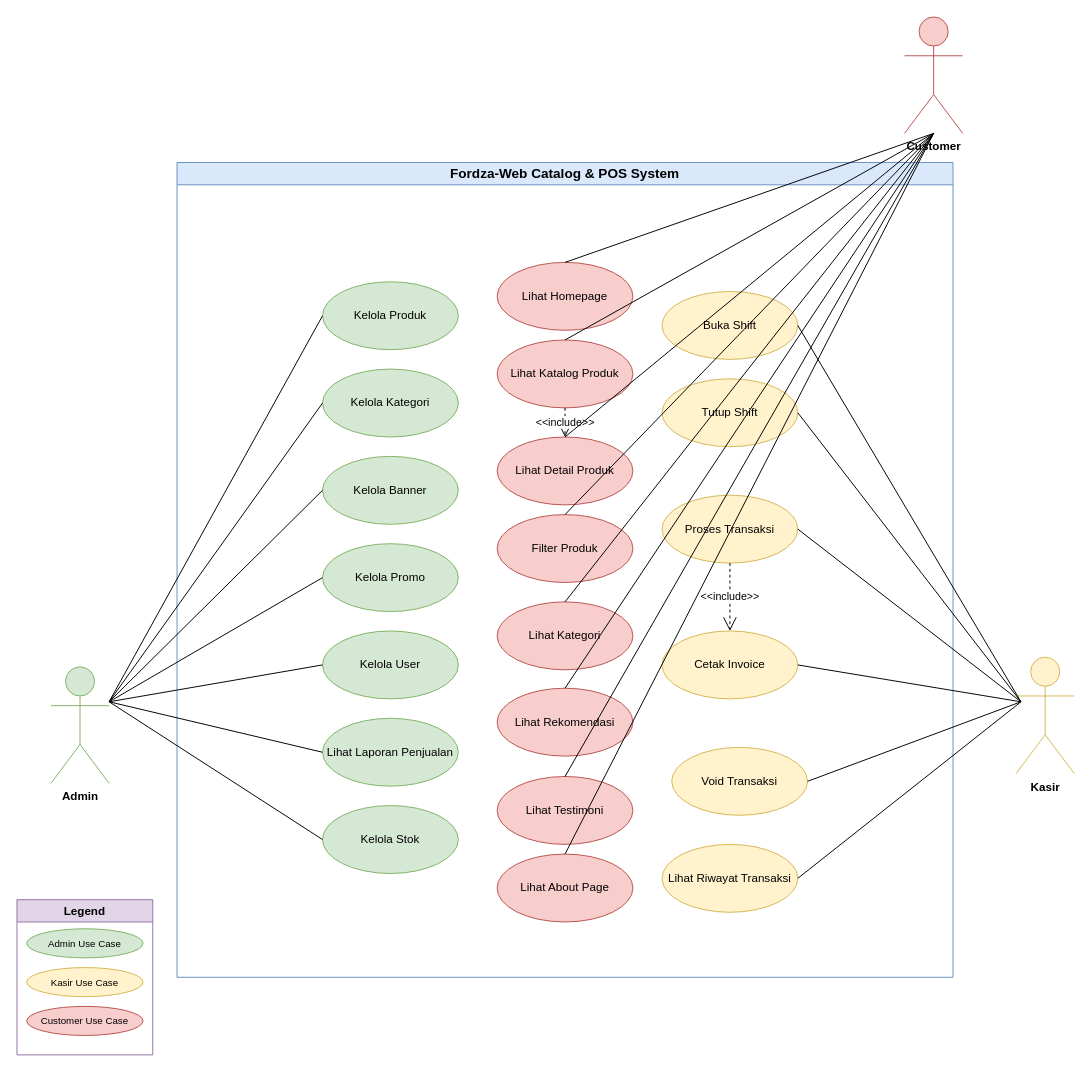
This is fordza-docs/diagrams/usecase-diagram.drawio from Aryo1235/fordza-web, a draw.io file, before an edit. Source tidied: cells renumbered, new cells numbered last; positions are measured from the earlier drawing's top-left corner, leaving out a move shared by most shapes. Both pictures are drawn from the tidied source at 97%, with x=0, y=0 at pixel (16, 16).
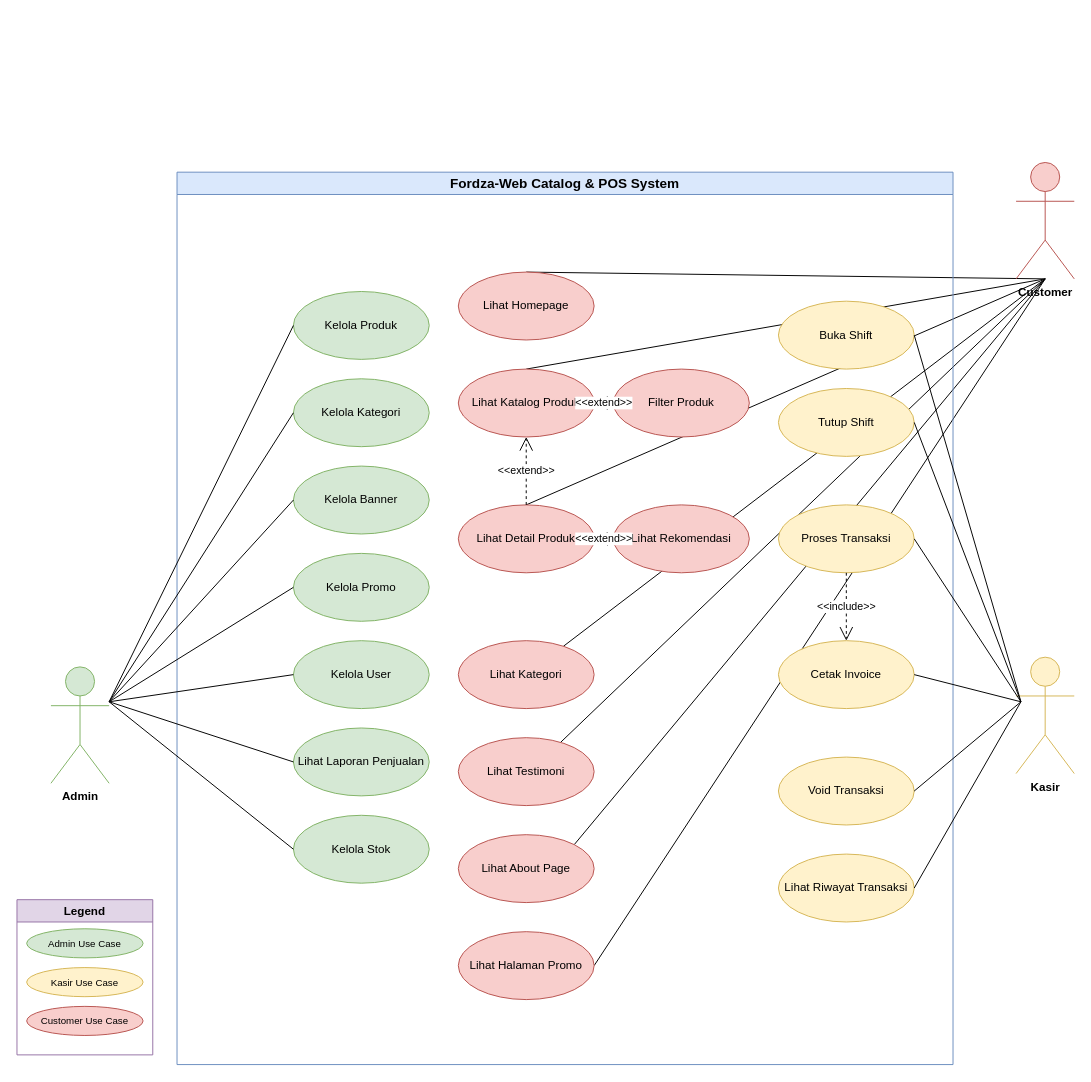
After the change.

Change to the diagram source:
```diff
@@
+    <mxCell id="54" style="endArrow=none;html=1;exitX=0.5;exitY=1;exitDx=0;exitDy=0;exitPerimeter=0;entryX=1;entryY=0.5;entryDx=0;entryDy=0;" parent="1" edge="1" source="28" target="55">
+      <mxGeometry relative="1" as="geometry" />
+    </mxCell>
+    <mxCell id="49" style="endArrow=none;html=1;exitX=0.5;exitY=1;exitDx=0;exitDy=0;exitPerimeter=0;entryX=1;entryY=0;entryDx=0;entryDy=0;" parent="1" edge="1" source="28" target="23">
+      <mxGeometry relative="1" as="geometry" />
+    </mxCell>
+    <mxCell id="48" style="endArrow=none;html=1;exitX=0.5;exitY=1;exitDx=0;exitDy=0;exitPerimeter=0;entryX=0.752;entryY=0.071;entryDx=0;entryDy=0;entryPerimeter=0;" parent="1" edge="1" source="28" target="22">
+      <mxGeometry relative="1" as="geometry" />
+    </mxCell>
+    <mxCell id="46" style="endArrow=none;html=1;exitX=0.5;exitY=1;exitDx=0;exitDy=0;exitPerimeter=0;" parent="1" edge="1" source="28" target="20">
+      <mxGeometry relative="1" as="geometry" />
+    </mxCell>
+    <mxCell id="44" style="endArrow=none;html=1;exitX=0.5;exitY=1;exitDx=0;exitDy=0;exitPerimeter=0;entryX=0.5;entryY=0;entryDx=0;entryDy=0;" parent="1" edge="1" source="28" target="18">
+      <mxGeometry relative="1" as="geometry" />
+    </mxCell>
+    <mxCell id="43" style="endArrow=none;html=1;exitX=0.5;exitY=1;exitDx=0;exitDy=0;exitPerimeter=0;entryX=0.5;entryY=0;entryDx=0;entryDy=0;" parent="1" edge="1" source="28" target="17">
+      <mxGeometry relative="1" as="geometry" />
+    </mxCell>
+    <mxCell id="42" style="endArrow=none;html=1;exitX=0.5;exitY=1;exitDx=0;exitDy=0;exitPerimeter=0;entryX=0.5;entryY=0;entryDx=0;entryDy=0;" parent="1" edge="1" source="28" target="16">
+      <mxGeometry relative="1" as="geometry" />
+    </mxCell>
     <mxCell id="2" value="Fordza-Web Catalog &amp;amp; POS System" style="swimlane;whiteSpace=wrap;html=1;fillColor=#dae8fc;strokeColor=#6c8ebf;fontSize=14;fontStyle=1;" parent="1" vertex="1">
-      <mxGeometry x="165" y="150" width="800" height="840" as="geometry" />
+      <mxGeometry x="165" y="160" width="800" height="920" as="geometry" />
     </mxCell>
     <mxCell id="3" value="Kelola Produk" style="ellipse;whiteSpace=wrap;html=1;fillColor=#d5e8d4;strokeColor=#82b366;" parent="2" vertex="1">
-      <mxGeometry x="150" y="123" width="140" height="70" as="geometry" />
+      <mxGeometry x="120" y="123" width="140" height="70" as="geometry" />
     </mxCell>
     <mxCell id="4" value="Kelola Kategori" style="ellipse;whiteSpace=wrap;html=1;fillColor=#d5e8d4;strokeColor=#82b366;" parent="2" vertex="1">
-      <mxGeometry x="150" y="213" width="140" height="70" as="geometry" />
+      <mxGeometry x="120" y="213" width="140" height="70" as="geometry" />
     </mxCell>
     <mxCell id="5" value="Kelola Banner" style="ellipse;whiteSpace=wrap;html=1;fillColor=#d5e8d4;strokeColor=#82b366;" parent="2" vertex="1">
-      <mxGeometry x="150" y="303" width="140" height="70" as="geometry" />
+      <mxGeometry x="120" y="303" width="140" height="70" as="geometry" />
     </mxCell>
     <mxCell id="6" value="Kelola Promo" style="ellipse;whiteSpace=wrap;html=1;fillColor=#d5e8d4;strokeColor=#82b366;" parent="2" vertex="1">
-      <mxGeometry x="150" y="393" width="140" height="70" as="geometry" />
+      <mxGeometry x="120" y="393" width="140" height="70" as="geometry" />
     </mxCell>
     <mxCell id="7" value="Kelola User" style="ellipse;whiteSpace=wrap;html=1;fillColor=#d5e8d4;strokeColor=#82b366;" parent="2" vertex="1">
-      <mxGeometry x="150" y="483" width="140" height="70" as="geometry" />
+      <mxGeometry x="120" y="483" width="140" height="70" as="geometry" />
     </mxCell>
     <mxCell id="8" value="Lihat Laporan Penjualan" style="ellipse;whiteSpace=wrap;html=1;fillColor=#d5e8d4;strokeColor=#82b366;" parent="2" vertex="1">
-      <mxGeometry x="150" y="573" width="140" height="70" as="geometry" />
+      <mxGeometry x="120" y="573" width="140" height="70" as="geometry" />
     </mxCell>
     <mxCell id="9" value="Kelola Stok" style="ellipse;whiteSpace=wrap;html=1;fillColor=#d5e8d4;strokeColor=#82b366;" parent="2" vertex="1">
-      <mxGeometry x="150" y="663" width="140" height="70" as="geometry" />
+      <mxGeometry x="120" y="663" width="140" height="70" as="geometry" />
     </mxCell>
     <mxCell id="10" value="Buka Shift" style="ellipse;whiteSpace=wrap;html=1;fillColor=#fff2cc;strokeColor=#d6b656;" parent="2" vertex="1">
-      <mxGeometry x="500" y="133" width="140" height="70" as="geometry" />
+      <mxGeometry x="620" y="133" width="140" height="70" as="geometry" />
     </mxCell>
     <mxCell id="11" value="Tutup Shift" style="ellipse;whiteSpace=wrap;html=1;fillColor=#fff2cc;strokeColor=#d6b656;" parent="2" vertex="1">
-      <mxGeometry x="500" y="223" width="140" height="70" as="geometry" />
+      <mxGeometry x="620" y="223" width="140" height="70" as="geometry" />
     </mxCell>
     <mxCell id="12" value="Proses Transaksi" style="ellipse;whiteSpace=wrap;html=1;fillColor=#fff2cc;strokeColor=#d6b656;" parent="2" vertex="1">
-      <mxGeometry x="500" y="343" width="140" height="70" as="geometry" />
+      <mxGeometry x="620" y="343" width="140" height="70" as="geometry" />
     </mxCell>
     <mxCell id="13" value="Cetak Invoice" style="ellipse;whiteSpace=wrap;html=1;fillColor=#fff2cc;strokeColor=#d6b656;" parent="2" vertex="1">
-      <mxGeometry x="500" y="483" width="140" height="70" as="geometry" />
+      <mxGeometry x="620" y="483" width="140" height="70" as="geometry" />
     </mxCell>
     <mxCell id="14" value="Void Transaksi" style="ellipse;whiteSpace=wrap;html=1;fillColor=#fff2cc;strokeColor=#d6b656;" parent="2" vertex="1">
-      <mxGeometry x="510" y="603" width="140" height="70" as="geometry" />
+      <mxGeometry x="620" y="603" width="140" height="70" as="geometry" />
     </mxCell>
     <mxCell id="15" value="Lihat Riwayat Transaksi" style="ellipse;whiteSpace=wrap;html=1;fillColor=#fff2cc;strokeColor=#d6b656;" parent="2" vertex="1">
-      <mxGeometry x="500" y="703" width="140" height="70" as="geometry" />
+      <mxGeometry x="620" y="703" width="140" height="70" as="geometry" />
     </mxCell>
     <mxCell id="16" value="Lihat Homepage" style="ellipse;whiteSpace=wrap;html=1;fillColor=#f8cecc;strokeColor=#b85450;" parent="2" vertex="1">
-      <mxGeometry x="330" y="103" width="140" height="70" as="geometry" />
+      <mxGeometry x="290" y="103" width="140" height="70" as="geometry" />
     </mxCell>
     <mxCell id="17" value="Lihat Katalog Produk" style="ellipse;whiteSpace=wrap;html=1;fillColor=#f8cecc;strokeColor=#b85450;" parent="2" vertex="1">
-      <mxGeometry x="330" y="183" width="140" height="70" as="geometry" />
+      <mxGeometry x="290" y="203" width="140" height="70" as="geometry" />
     </mxCell>
     <mxCell id="18" value="Lihat Detail Produk" style="ellipse;whiteSpace=wrap;html=1;fillColor=#f8cecc;strokeColor=#b85450;" parent="2" vertex="1">
-      <mxGeometry x="330" y="283" width="140" height="70" as="geometry" />
+      <mxGeometry x="290" y="343" width="140" height="70" as="geometry" />
     </mxCell>
     <mxCell id="19" value="Filter Produk" style="ellipse;whiteSpace=wrap;html=1;fillColor=#f8cecc;strokeColor=#b85450;" parent="2" vertex="1">
-      <mxGeometry x="330" y="363" width="140" height="70" as="geometry" />
+      <mxGeometry x="450" y="203" width="140" height="70" as="geometry" />
     </mxCell>
     <mxCell id="20" value="Lihat Kategori" style="ellipse;whiteSpace=wrap;html=1;fillColor=#f8cecc;strokeColor=#b85450;" parent="2" vertex="1">
-      <mxGeometry x="330" y="453" width="140" height="70" as="geometry" />
+      <mxGeometry x="290" y="483" width="140" height="70" as="geometry" />
     </mxCell>
     <mxCell id="21" value="Lihat Rekomendasi" style="ellipse;whiteSpace=wrap;html=1;fillColor=#f8cecc;strokeColor=#b85450;" parent="2" vertex="1">
-      <mxGeometry x="330" y="542" width="140" height="70" as="geometry" />
+      <mxGeometry x="450" y="343" width="140" height="70" as="geometry" />
     </mxCell>
     <mxCell id="22" value="Lihat Testimoni" style="ellipse;whiteSpace=wrap;html=1;fillColor=#f8cecc;strokeColor=#b85450;" parent="2" vertex="1">
-      <mxGeometry x="330" y="633" width="140" height="70" as="geometry" />
+      <mxGeometry x="290" y="583" width="140" height="70" as="geometry" />
     </mxCell>
     <mxCell id="23" value="Lihat About Page" style="ellipse;whiteSpace=wrap;html=1;fillColor=#f8cecc;strokeColor=#b85450;" parent="2" vertex="1">
-      <mxGeometry x="330" y="713" width="140" height="70" as="geometry" />
+      <mxGeometry x="290" y="683" width="140" height="70" as="geometry" />
     </mxCell>
+    <mxCell id="55" value="Lihat Halaman Promo" style="ellipse;whiteSpace=wrap;html=1;fillColor=#f8cecc;strokeColor=#b85450;" parent="2" vertex="1">
+      <mxGeometry x="290" y="783" width="140" height="70" as="geometry" />
+    </mxCell>
@@
-    <mxCell id="25" value="&amp;lt;&amp;lt;include&amp;gt;&amp;gt;" style="endArrow=open;endSize=12;dashed=1;html=1;exitX=0.5;exitY=1;exitDx=0;exitDy=0;entryX=0.5;entryY=0;entryDx=0;entryDy=0;" parent="2" edge="1" source="17" target="18">
-      <mxGeometry relative="1" as="geometry" />
-    </mxCell>
+    <mxCell id="56" value="&amp;lt;&amp;lt;extend&amp;gt;&amp;gt;" style="endArrow=open;endSize=12;dashed=1;html=1;exitX=0.5;exitY=0;exitDx=0;exitDy=0;entryX=0.5;entryY=1;entryDx=0;entryDy=0;" parent="2" edge="1" source="18" target="17">
+      <mxGeometry relative="1" as="geometry" />
+    </mxCell>
+    <mxCell id="57" value="&amp;lt;&amp;lt;extend&amp;gt;&amp;gt;" style="endArrow=open;endSize=12;dashed=1;html=1;exitX=0;exitY=0.5;exitDx=0;exitDy=0;entryX=1;entryY=0.5;entryDx=0;entryDy=0;" parent="2" edge="1" source="19" target="17">
+      <mxGeometry relative="1" as="geometry" />
+    </mxCell>
+    <mxCell id="58" value="&amp;lt;&amp;lt;extend&amp;gt;&amp;gt;" style="endArrow=open;endSize=12;dashed=1;html=1;exitX=0;exitY=0.5;exitDx=0;exitDy=0;entryX=1;entryY=0.5;entryDx=0;entryDy=0;" parent="2" edge="1" source="21" target="18">
+      <mxGeometry relative="1" as="geometry" />
+    </mxCell>
@@
     <mxCell id="28" value="Customer" style="shape=umlActor;verticalLabelPosition=bottom;verticalAlign=top;html=1;fillColor=#f8cecc;strokeColor=#b85450;fontSize=12;fontStyle=1;" parent="1" vertex="1">
-      <mxGeometry x="915" width="60" height="120" as="geometry" />
+      <mxGeometry x="1030" y="150" width="60" height="120" as="geometry" />
     </mxCell>
@@
-    <mxCell id="42" style="endArrow=none;html=1;exitX=0.5;exitY=1;exitDx=0;exitDy=0;exitPerimeter=0;entryX=0.5;entryY=0;entryDx=0;entryDy=0;" parent="1" edge="1" source="28" target="16">
-      <mxGeometry relative="1" as="geometry" />
-    </mxCell>
-    <mxCell id="43" style="endArrow=none;html=1;exitX=0.5;exitY=1;exitDx=0;exitDy=0;exitPerimeter=0;entryX=0.5;entryY=0;entryDx=0;entryDy=0;" parent="1" edge="1" source="28" target="17">
-      <mxGeometry relative="1" as="geometry" />
-    </mxCell>
-    <mxCell id="44" style="endArrow=none;html=1;exitX=0.5;exitY=1;exitDx=0;exitDy=0;exitPerimeter=0;entryX=0.5;entryY=0;entryDx=0;entryDy=0;" parent="1" edge="1" source="28" target="18">
-      <mxGeometry relative="1" as="geometry" />
-    </mxCell>
-    <mxCell id="45" style="endArrow=none;html=1;exitX=0.5;exitY=1;exitDx=0;exitDy=0;exitPerimeter=0;entryX=0.5;entryY=0;entryDx=0;entryDy=0;" parent="1" edge="1" source="28" target="19">
-      <mxGeometry relative="1" as="geometry" />
-    </mxCell>
-    <mxCell id="46" style="endArrow=none;html=1;exitX=0.5;exitY=1;exitDx=0;exitDy=0;exitPerimeter=0;entryX=0.5;entryY=0;entryDx=0;entryDy=0;" parent="1" edge="1" source="28" target="20">
-      <mxGeometry relative="1" as="geometry" />
-    </mxCell>
-    <mxCell id="47" style="endArrow=none;html=1;exitX=0.5;exitY=1;exitDx=0;exitDy=0;exitPerimeter=0;entryX=0.5;entryY=0;entryDx=0;entryDy=0;" parent="1" edge="1" source="28" target="21">
-      <mxGeometry relative="1" as="geometry" />
-    </mxCell>
-    <mxCell id="48" style="endArrow=none;html=1;exitX=0.5;exitY=1;exitDx=0;exitDy=0;exitPerimeter=0;entryX=0.5;entryY=0;entryDx=0;entryDy=0;" parent="1" edge="1" source="28" target="22">
-      <mxGeometry relative="1" as="geometry" />
-    </mxCell>
-    <mxCell id="49" style="endArrow=none;html=1;exitX=0.5;exitY=1;exitDx=0;exitDy=0;exitPerimeter=0;entryX=0.5;entryY=0;entryDx=0;entryDy=0;" parent="1" edge="1" source="28" target="23">
-      <mxGeometry relative="1" as="geometry" />
-    </mxCell>
```
